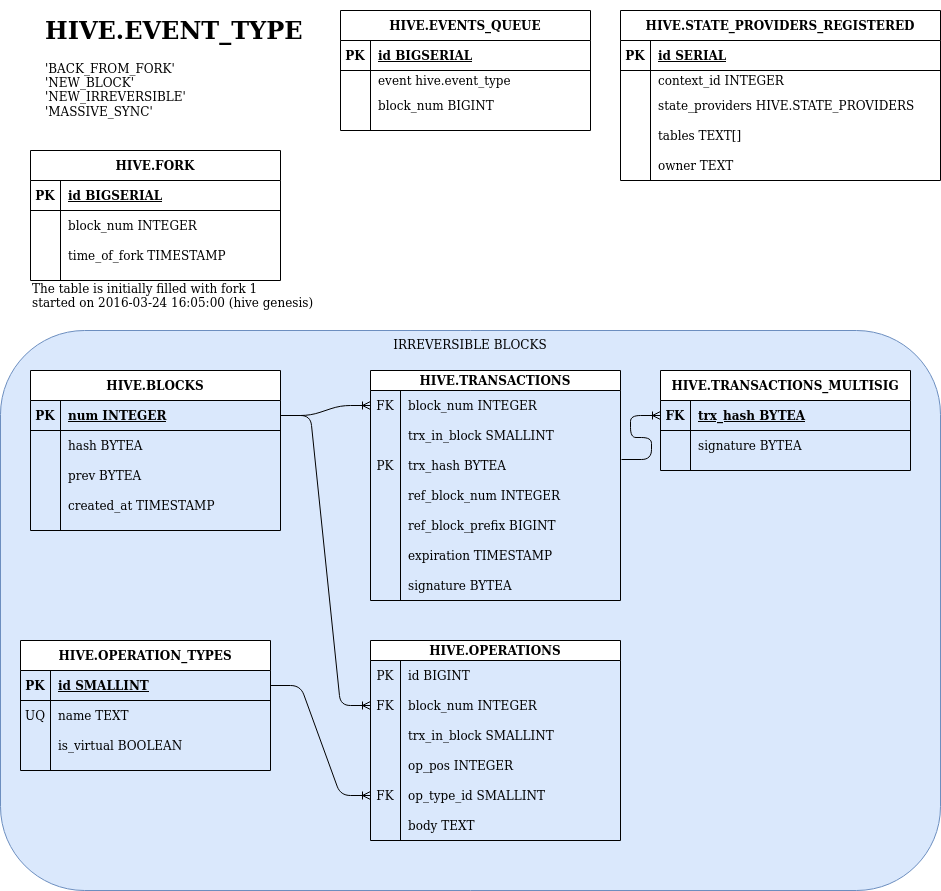
Above: src/hive_fork_manager/doc/evq_fork_db.png in openhive-network/HAfAH (draw.io), before the change. Source tidied: cells renumbered, new cells last; positions are measured from the earlier drawing's top-left corner, leaving out a move shared by most shapes.
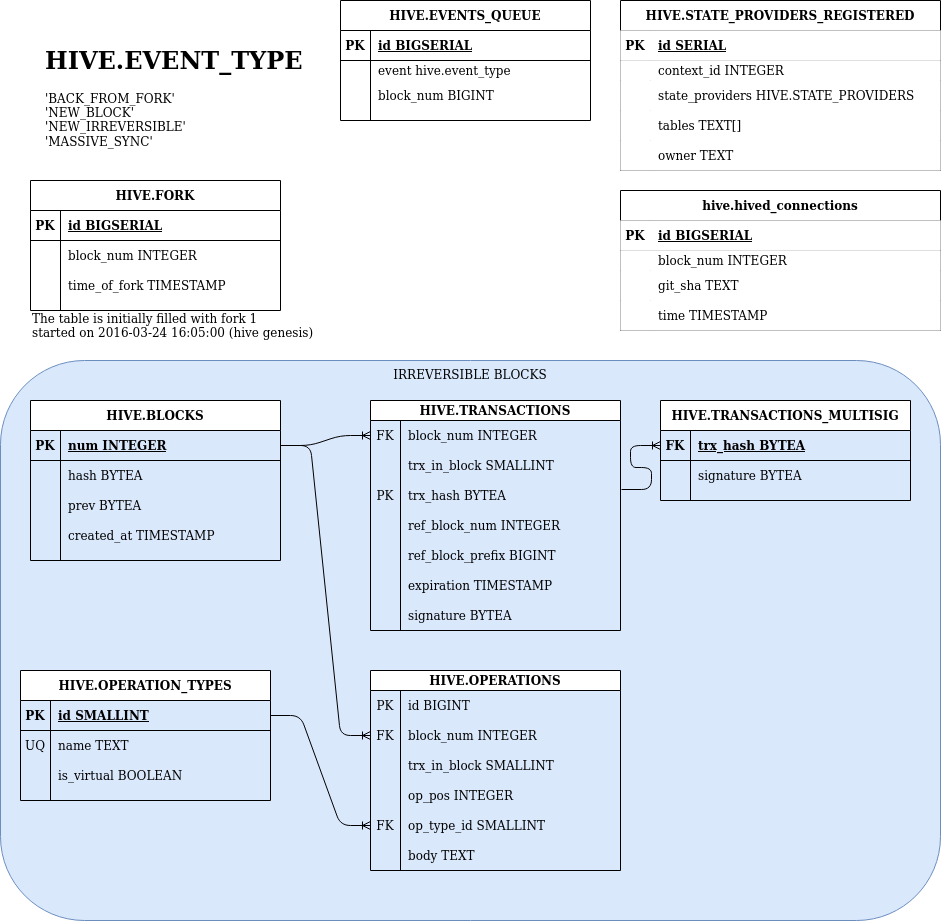
The same diagram one commit later.

What changed in the source:
```diff
@@ -36,7 +36,7 @@
       <mxGeometry x="30" width="220" height="30" as="geometry" />
     </mxCell>
     <mxCell id="13" value="HIVE.EVENTS_QUEUE" style="shape=table;startSize=30;rowLines=0;fontStyle=1;align=center;" parent="1" vertex="1">
-      <mxGeometry x="340" width="250" height="120" as="geometry" />
+      <mxGeometry x="340" y="-40" width="250" height="120" as="geometry" />
     </mxCell>
     <mxCell id="14" style="shape=partialRectangle;fillColor=none;top=0;left=0;right=0;bottom=1;" parent="13" vertex="1">
       <mxGeometry y="30" width="250" height="30" as="geometry" />
@@ -296,53 +296,92 @@
     <mxCell id="99" style="edgeStyle=entityRelationEdgeStyle;fontSize=12;html=1;endArrow=ERoneToMany;exitX=1.004;exitY=0.3;exitDx=0;exitDy=0;entryX=0;entryY=0.5;entryDx=0;entryDy=0;exitPerimeter=0;" parent="1" edge="1" source="45" target="93">
       <mxGeometry relative="1" as="geometry" />
     </mxCell>
-    <mxCell id="100" value="HIVE.STATE_PROVIDERS_REGISTERED" style="shape=table;startSize=30;rowLines=0;fontStyle=1;align=center;" parent="1" vertex="1">
-      <mxGeometry x="620" width="320" height="170" as="geometry" />
+    <mxCell id="100" value="HIVE.STATE_PROVIDERS_REGISTERED" style="shape=table;startSize=30;rowLines=0;fontStyle=1;align=center;fillColor=default;strokeColor=default;fontColor=default;" parent="1" vertex="1">
+      <mxGeometry x="620" y="-40" width="320" height="170" as="geometry" />
     </mxCell>
-    <mxCell id="101" style="shape=partialRectangle;fillColor=none;top=0;left=0;right=0;bottom=1;" parent="100" vertex="1">
+    <mxCell id="101" style="shape=partialRectangle;fillColor=default;top=0;left=0;right=0;bottom=1;strokeColor=default;fontColor=default;" parent="100" vertex="1">
       <mxGeometry y="30" width="320" height="30" as="geometry" />
     </mxCell>
-    <mxCell id="102" value="PK" style="shape=partialRectangle;overflow=hidden;fillColor=none;top=0;left=0;bottom=0;right=0;fontStyle=1;" parent="101" vertex="1">
+    <mxCell id="102" value="PK" style="shape=partialRectangle;overflow=hidden;fillColor=default;top=0;left=0;bottom=0;right=0;fontStyle=1;strokeColor=default;fontColor=default;" parent="101" vertex="1">
       <mxGeometry width="30" height="30" as="geometry" />
     </mxCell>
-    <mxCell id="103" value="id SERIAL" style="shape=partialRectangle;overflow=hidden;fillColor=none;top=0;left=0;bottom=0;right=0;align=left;spacingLeft=6;fontStyle=5;" parent="101" vertex="1">
+    <mxCell id="103" value="id SERIAL" style="shape=partialRectangle;overflow=hidden;fillColor=default;top=0;left=0;bottom=0;right=0;align=left;spacingLeft=6;fontStyle=5;strokeColor=default;fontColor=default;" parent="101" vertex="1">
       <mxGeometry x="30" width="290" height="30" as="geometry" />
     </mxCell>
-    <mxCell id="104" style="shape=partialRectangle;fillColor=none;top=0;left=0;right=0;bottom=0;" parent="100" vertex="1">
+    <mxCell id="104" style="shape=partialRectangle;fillColor=default;top=0;left=0;right=0;bottom=0;strokeColor=default;fontColor=default;" parent="100" vertex="1">
       <mxGeometry y="60" width="320" height="20" as="geometry" />
     </mxCell>
-    <mxCell id="105" style="shape=partialRectangle;overflow=hidden;fillColor=none;top=0;left=0;bottom=0;right=0;" parent="104" vertex="1">
+    <mxCell id="105" style="shape=partialRectangle;overflow=hidden;fillColor=default;top=0;left=0;bottom=0;right=0;strokeColor=default;fontColor=default;" parent="104" vertex="1">
       <mxGeometry width="30" height="20" as="geometry" />
     </mxCell>
-    <mxCell id="106" value="context_id INTEGER" style="shape=partialRectangle;overflow=hidden;fillColor=none;top=0;left=0;bottom=0;right=0;align=left;spacingLeft=6;" parent="104" vertex="1">
+    <mxCell id="106" value="context_id INTEGER" style="shape=partialRectangle;overflow=hidden;fillColor=default;top=0;left=0;bottom=0;right=0;align=left;spacingLeft=6;strokeColor=default;fontColor=default;" parent="104" vertex="1">
       <mxGeometry x="30" width="290" height="20" as="geometry" />
     </mxCell>
-    <mxCell id="107" style="shape=partialRectangle;fillColor=none;top=0;left=0;right=0;bottom=0;" parent="100" vertex="1">
+    <mxCell id="107" style="shape=partialRectangle;fillColor=default;top=0;left=0;right=0;bottom=0;strokeColor=default;fontColor=default;" parent="100" vertex="1">
       <mxGeometry y="80" width="320" height="30" as="geometry" />
     </mxCell>
-    <mxCell id="108" style="shape=partialRectangle;overflow=hidden;fillColor=none;top=0;left=0;bottom=0;right=0;" parent="107" vertex="1">
+    <mxCell id="108" style="shape=partialRectangle;overflow=hidden;fillColor=default;top=0;left=0;bottom=0;right=0;strokeColor=default;fontColor=default;" parent="107" vertex="1">
       <mxGeometry width="30" height="30" as="geometry" />
     </mxCell>
-    <mxCell id="109" value="state_providers HIVE.STATE_PROVIDERS" style="shape=partialRectangle;overflow=hidden;fillColor=none;top=0;left=0;bottom=0;right=0;align=left;spacingLeft=6;" parent="107" vertex="1">
+    <mxCell id="109" value="state_providers HIVE.STATE_PROVIDERS" style="shape=partialRectangle;overflow=hidden;fillColor=default;top=0;left=0;bottom=0;right=0;align=left;spacingLeft=6;strokeColor=default;fontColor=default;" parent="107" vertex="1">
       <mxGeometry x="30" width="290" height="30" as="geometry" />
     </mxCell>
-    <mxCell id="110" style="shape=partialRectangle;fillColor=none;top=0;left=0;right=0;bottom=0;" parent="100" vertex="1">
+    <mxCell id="110" style="shape=partialRectangle;fillColor=default;top=0;left=0;right=0;bottom=0;strokeColor=default;fontColor=default;" parent="100" vertex="1">
       <mxGeometry y="110" width="320" height="30" as="geometry" />
     </mxCell>
-    <mxCell id="111" style="shape=partialRectangle;overflow=hidden;fillColor=none;top=0;left=0;bottom=0;right=0;" parent="110" vertex="1">
+    <mxCell id="111" style="shape=partialRectangle;overflow=hidden;fillColor=default;top=0;left=0;bottom=0;right=0;strokeColor=default;fontColor=default;" parent="110" vertex="1">
       <mxGeometry width="30" height="30" as="geometry" />
     </mxCell>
-    <mxCell id="112" value="tables TEXT[]" style="shape=partialRectangle;overflow=hidden;fillColor=none;top=0;left=0;bottom=0;right=0;align=left;spacingLeft=6;" parent="110" vertex="1">
+    <mxCell id="112" value="tables TEXT[]" style="shape=partialRectangle;overflow=hidden;fillColor=default;top=0;left=0;bottom=0;right=0;align=left;spacingLeft=6;strokeColor=default;fontColor=default;" parent="110" vertex="1">
       <mxGeometry x="30" width="290" height="30" as="geometry" />
     </mxCell>
-    <mxCell id="113" style="shape=partialRectangle;fillColor=none;top=0;left=0;right=0;bottom=0;" parent="100" vertex="1">
+    <mxCell id="113" style="shape=partialRectangle;fillColor=default;top=0;left=0;right=0;bottom=0;strokeColor=default;fontColor=default;" parent="100" vertex="1">
       <mxGeometry y="140" width="320" height="30" as="geometry" />
     </mxCell>
-    <mxCell id="114" style="shape=partialRectangle;overflow=hidden;fillColor=none;top=0;left=0;bottom=0;right=0;" parent="113" vertex="1">
+    <mxCell id="114" style="shape=partialRectangle;overflow=hidden;fillColor=default;top=0;left=0;bottom=0;right=0;strokeColor=default;fontColor=default;" parent="113" vertex="1">
       <mxGeometry width="30" height="30" as="geometry" />
     </mxCell>
-    <mxCell id="115" value="owner TEXT" style="shape=partialRectangle;overflow=hidden;fillColor=none;top=0;left=0;bottom=0;right=0;align=left;spacingLeft=6;" parent="113" vertex="1">
+    <mxCell id="115" value="owner TEXT" style="shape=partialRectangle;overflow=hidden;fillColor=default;top=0;left=0;bottom=0;right=0;align=left;spacingLeft=6;strokeColor=default;fontColor=default;" parent="113" vertex="1">
       <mxGeometry x="30" width="290" height="30" as="geometry" />
     </mxCell>
+    <mxCell id="116" value="hive.hived_connections" style="shape=table;startSize=30;rowLines=0;fontStyle=1;align=center;fillColor=default;strokeColor=default;fontColor=default;" parent="1" vertex="1">
+      <mxGeometry x="620" y="150" width="320" height="140" as="geometry" />
+    </mxCell>
+    <mxCell id="117" style="shape=partialRectangle;fillColor=default;top=0;left=0;right=0;bottom=1;fontColor=default;strokeColor=default;" parent="116" vertex="1">
+      <mxGeometry y="30" width="320" height="30" as="geometry" />
+    </mxCell>
+    <mxCell id="118" value="PK" style="shape=partialRectangle;overflow=hidden;fillColor=default;top=0;left=0;bottom=0;right=0;fontStyle=1;strokeColor=default;fontColor=default;" parent="117" vertex="1">
+      <mxGeometry width="30" height="30" as="geometry" />
+    </mxCell>
+    <mxCell id="119" value="id BIGSERIAL" style="shape=partialRectangle;overflow=hidden;fillColor=default;top=0;left=0;bottom=0;right=0;align=left;spacingLeft=6;fontStyle=5;fontColor=default;strokeColor=default;" parent="117" vertex="1">
+      <mxGeometry x="30" width="290" height="30" as="geometry" />
+    </mxCell>
+    <mxCell id="120" style="shape=partialRectangle;fillColor=default;top=0;left=0;right=0;bottom=0;strokeColor=default;fontColor=default;" parent="116" vertex="1">
+      <mxGeometry y="60" width="320" height="20" as="geometry" />
+    </mxCell>
+    <mxCell id="121" style="shape=partialRectangle;overflow=hidden;fillColor=default;top=0;left=0;bottom=0;right=0;strokeColor=default;fontColor=default;" parent="120" vertex="1">
+      <mxGeometry width="30" height="20" as="geometry" />
+    </mxCell>
+    <mxCell id="122" value="block_num INTEGER" style="shape=partialRectangle;overflow=hidden;fillColor=default;top=0;left=0;bottom=0;right=0;align=left;spacingLeft=6;fontColor=default;strokeColor=default;" parent="120" vertex="1">
+      <mxGeometry x="30" width="290" height="20" as="geometry" />
+    </mxCell>
+    <mxCell id="123" style="shape=partialRectangle;fillColor=default;top=0;left=0;right=0;bottom=0;strokeColor=default;fontColor=default;" parent="116" vertex="1">
+      <mxGeometry y="80" width="320" height="30" as="geometry" />
+    </mxCell>
+    <mxCell id="124" style="shape=partialRectangle;overflow=hidden;fillColor=default;top=0;left=0;bottom=0;right=0;strokeColor=default;fontColor=default;" parent="123" vertex="1">
+      <mxGeometry width="30" height="30" as="geometry" />
+    </mxCell>
+    <mxCell id="125" value="git_sha TEXT" style="shape=partialRectangle;overflow=hidden;fillColor=default;top=0;left=0;bottom=0;right=0;align=left;spacingLeft=6;fontColor=default;strokeColor=default;fontStyle=0;" parent="123" vertex="1">
+      <mxGeometry x="30" width="290" height="30" as="geometry" />
+    </mxCell>
+    <mxCell id="126" style="shape=partialRectangle;fillColor=default;top=0;left=0;right=0;bottom=0;strokeColor=default;fontColor=default;" parent="116" vertex="1">
+      <mxGeometry y="110" width="320" height="30" as="geometry" />
+    </mxCell>
+    <mxCell id="127" style="shape=partialRectangle;overflow=hidden;fillColor=default;top=0;left=0;bottom=0;right=0;strokeColor=default;fontColor=default;" parent="126" vertex="1">
+      <mxGeometry width="30" height="30" as="geometry" />
+    </mxCell>
+    <mxCell id="128" value="time TIMESTAMP" style="shape=partialRectangle;overflow=hidden;fillColor=default;top=0;left=0;bottom=0;right=0;align=left;spacingLeft=6;fontColor=default;strokeColor=default;" parent="126" vertex="1">
+      <mxGeometry x="30" width="290" height="30" as="geometry" />
+    </mxCell>
   </root>
 </mxGraphModel>
```
